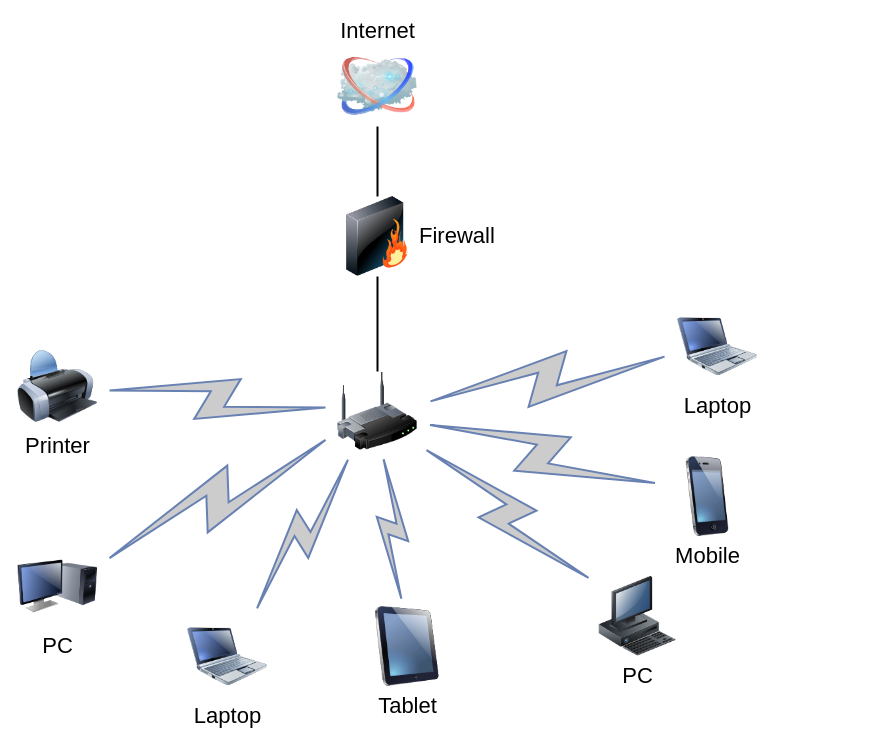
This is home_network.drawio from thedmpd/Linux-Unix, a draw.io file, before an edit. Source tidied: cells renumbered, new cells numbered last; positions are measured from the earlier drawing's top-left corner, leaving out a move shared by most shapes. Both pictures are drawn from the tidied source at 100%, with x=0, y=0 at pixel (17, 46).
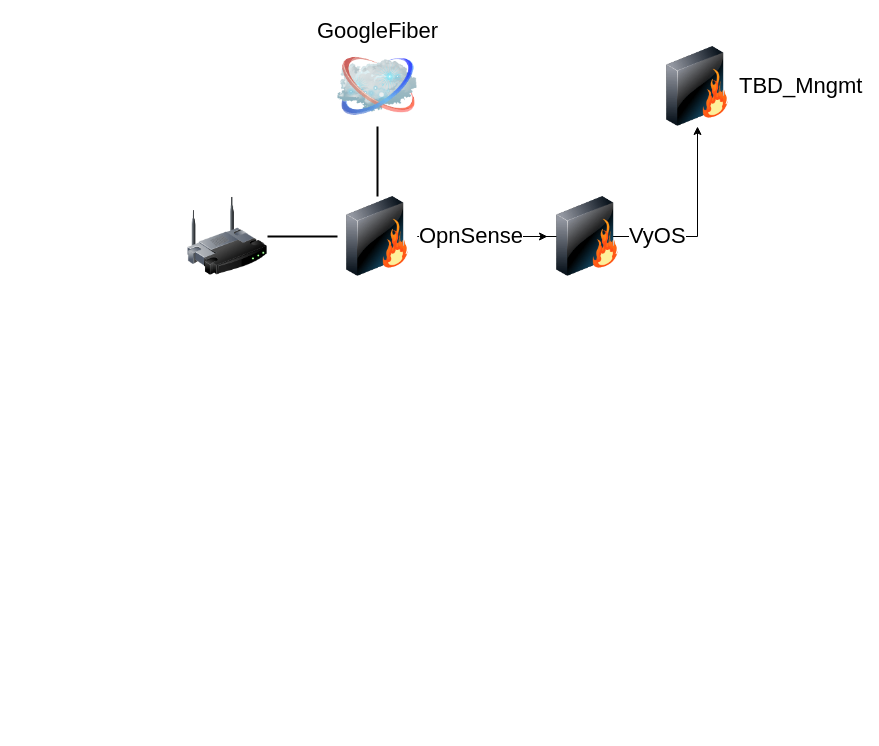
Above is the later version.

Diff of the diagram source:
```diff
@@
     <mxCell id="3" style="image;html=1;labelBackgroundColor=#ffffff;image=img/lib/clip_art/networking/Wireless_Router_128x128.png;rounded=1;shadow=0;comic=0;strokeWidth=2;fontSize=22;" parent="1" vertex="1">
-      <mxGeometry x="320" y="325" width="80" height="80" as="geometry" />
+      <mxGeometry x="170" y="150" width="80" height="80" as="geometry" />
     </mxCell>
-    <mxCell id="4" value="Internet" style="image;html=1;labelBackgroundColor=#ffffff;image=img/lib/clip_art/networking/Cloud_128x128.png;rounded=1;shadow=0;comic=0;strokeWidth=2;fontSize=22;labelPosition=center;verticalLabelPosition=top;align=center;verticalAlign=bottom;" parent="1" vertex="1">
+    <mxCell id="4" value="&lt;div&gt;GoogleFiber&lt;/div&gt;" style="image;html=1;labelBackgroundColor=#ffffff;image=img/lib/clip_art/networking/Cloud_128x128.png;rounded=1;shadow=0;comic=0;strokeWidth=2;fontSize=22;labelPosition=center;verticalLabelPosition=top;align=center;verticalAlign=bottom;" parent="1" vertex="1">
       <mxGeometry x="320" width="80" height="80" as="geometry" />
     </mxCell>
@@
+    <mxCell id="21" style="edgeStyle=orthogonalEdgeStyle;rounded=0;jettySize=auto;html=1;" parent="1" edge="1" source="6" target="23">
+      <mxGeometry relative="1" as="geometry" />
+    </mxCell>
+    <mxCell id="22" style="edgeStyle=orthogonalEdgeStyle;rounded=0;jettySize=auto;html=1;" parent="1" edge="1" source="6" target="24">
+      <mxGeometry relative="1" as="geometry" />
+    </mxCell>
-    <mxCell id="6" value="Firewall" style="image;html=1;labelBackgroundColor=#ffffff;image=img/lib/clip_art/networking/Firewall_128x128.png;rounded=1;shadow=0;comic=0;strokeWidth=2;fontSize=22;labelPosition=right;verticalLabelPosition=middle;align=left;verticalAlign=middle;" parent="1" vertex="1">
+    <mxCell id="6" value="&lt;div&gt;OpnSense&lt;/div&gt;" style="image;html=1;labelBackgroundColor=#ffffff;image=img/lib/clip_art/networking/Firewall_128x128.png;rounded=1;shadow=0;comic=0;strokeWidth=2;fontSize=22;labelPosition=right;verticalLabelPosition=middle;align=left;verticalAlign=middle;" parent="1" vertex="1">
       <mxGeometry x="320" y="150" width="80" height="80" as="geometry" />
     </mxCell>
-    <mxCell id="7" value="Tablet" style="image;html=1;labelBackgroundColor=#ffffff;image=img/lib/clip_art/computers/iPad_128x128.png;rounded=1;shadow=0;comic=0;strokeWidth=2;fontSize=22;" parent="1" vertex="1">
-      <mxGeometry x="350" y="560" width="80" height="80" as="geometry" />
-    </mxCell>
-    <mxCell id="8" value="PC" style="image;html=1;labelBackgroundColor=#ffffff;image=img/lib/clip_art/computers/Monitor_Tower_128x128.png;rounded=1;shadow=0;comic=0;strokeWidth=2;fontSize=22;" parent="1" vertex="1">
-      <mxGeometry y="500" width="80" height="80" as="geometry" />
-    </mxCell>
-    <mxCell id="9" value="Printer" style="image;html=1;labelBackgroundColor=#ffffff;image=img/lib/clip_art/computers/Printer_128x128.png;rounded=1;shadow=0;comic=0;strokeWidth=2;fontSize=22;" parent="1" vertex="1">
-      <mxGeometry y="300" width="80" height="80" as="geometry" />
-    </mxCell>
-    <mxCell id="10" value="PC" style="image;html=1;labelBackgroundColor=#ffffff;image=img/lib/clip_art/computers/Workstation_128x128.png;rounded=1;shadow=0;comic=0;strokeWidth=2;fontSize=22;" parent="1" vertex="1">
-      <mxGeometry x="580" y="530" width="80" height="80" as="geometry" />
-    </mxCell>
-    <mxCell id="11" value="Mobile" style="image;html=1;labelBackgroundColor=#ffffff;image=img/lib/clip_art/telecommunication/iPhone_128x128.png;rounded=1;shadow=0;comic=0;strokeWidth=2;fontSize=22;" parent="1" vertex="1">
-      <mxGeometry x="650" y="410" width="80" height="80" as="geometry" />
-    </mxCell>
-    <mxCell id="12" value="Laptop" style="image;html=1;labelBackgroundColor=#ffffff;image=img/lib/clip_art/computers/Netbook_128x128.png;rounded=1;shadow=0;comic=0;strokeColor=#000000;strokeWidth=2;fillColor=#FFFFFF;fontSize=22;fontColor=#000000;" parent="1" vertex="1">
-      <mxGeometry x="660" y="260" width="80" height="80" as="geometry" />
-    </mxCell>
-    <mxCell id="13" value="Laptop" style="image;html=1;labelBackgroundColor=#ffffff;image=img/lib/clip_art/computers/Netbook_128x128.png;rounded=1;shadow=0;comic=0;strokeWidth=2;fontSize=22;" parent="1" vertex="1">
-      <mxGeometry x="170" y="570" width="80" height="80" as="geometry" />
-    </mxCell>
-    <mxCell id="14" style="html=1;fillColor=#CCCCCC;strokeColor=#6881B3;gradientColor=none;gradientDirection=north;strokeWidth=2;shape=mxgraph.networks.comm_link_edge;html=1;labelBackgroundColor=none;endArrow=none;fontFamily=Verdana;fontSize=22;fontColor=#000000;" parent="1" edge="1" source="9" target="3">
-      <mxGeometry relative="1" as="geometry" />
-    </mxCell>
-    <mxCell id="15" style="html=1;fillColor=#CCCCCC;strokeColor=#6881B3;gradientColor=none;gradientDirection=north;strokeWidth=2;shape=mxgraph.networks.comm_link_edge;html=1;labelBackgroundColor=none;endArrow=none;fontFamily=Verdana;fontSize=22;fontColor=#000000;fontStyle=1;" parent="1" edge="1" source="8" target="3">
-      <mxGeometry relative="1" as="geometry" />
-    </mxCell>
-    <mxCell id="16" style="html=1;fillColor=#CCCCCC;strokeColor=#6881B3;gradientColor=none;gradientDirection=north;strokeWidth=2;shape=mxgraph.networks.comm_link_edge;html=1;labelBackgroundColor=none;endArrow=none;fontFamily=Verdana;fontSize=22;fontColor=#000000;" parent="1" edge="1" source="13" target="3">
-      <mxGeometry relative="1" as="geometry" />
-    </mxCell>
-    <mxCell id="17" style="html=1;fillColor=#CCCCCC;strokeColor=#6881B3;gradientColor=none;gradientDirection=north;strokeWidth=2;shape=mxgraph.networks.comm_link_edge;html=1;labelBackgroundColor=none;endArrow=none;fontFamily=Verdana;fontSize=22;fontColor=#000000;" parent="1" edge="1" source="7" target="3">
-      <mxGeometry relative="1" as="geometry" />
-    </mxCell>
-    <mxCell id="18" style="html=1;fillColor=#CCCCCC;strokeColor=#6881B3;gradientColor=none;gradientDirection=north;strokeWidth=2;shape=mxgraph.networks.comm_link_edge;html=1;labelBackgroundColor=none;endArrow=none;fontFamily=Verdana;fontSize=22;fontColor=#000000;" parent="1" edge="1" source="10" target="3">
-      <mxGeometry relative="1" as="geometry" />
-    </mxCell>
-    <mxCell id="19" style="html=1;fillColor=#CCCCCC;strokeColor=#6881B3;gradientColor=none;gradientDirection=north;strokeWidth=2;shape=mxgraph.networks.comm_link_edge;html=1;labelBackgroundColor=none;endArrow=none;fontFamily=Verdana;fontSize=22;fontColor=#000000;" parent="1" edge="1" source="11" target="3">
-      <mxGeometry relative="1" as="geometry" />
-    </mxCell>
-    <mxCell id="20" style="html=1;fillColor=#CCCCCC;strokeColor=#6881B3;gradientColor=none;gradientDirection=north;strokeWidth=2;shape=mxgraph.networks.comm_link_edge;html=1;labelBackgroundColor=none;endArrow=none;fontFamily=Verdana;fontSize=22;fontColor=#000000;" parent="1" edge="1" source="12" target="3">
-      <mxGeometry relative="1" as="geometry" />
-    </mxCell>
+    <mxCell id="23" value="TBD_Mngmt" style="image;html=1;labelBackgroundColor=#ffffff;image=img/lib/clip_art/networking/Firewall_128x128.png;rounded=1;shadow=0;comic=0;strokeWidth=2;fontSize=22;labelPosition=right;verticalLabelPosition=middle;align=left;verticalAlign=middle;" parent="1" vertex="1">
+      <mxGeometry x="640" width="80" height="80" as="geometry" />
+    </mxCell>
+    <mxCell id="24" value="&lt;div&gt;VyOS&lt;/div&gt;" style="image;html=1;labelBackgroundColor=#ffffff;image=img/lib/clip_art/networking/Firewall_128x128.png;rounded=1;shadow=0;comic=0;strokeWidth=2;fontSize=22;labelPosition=right;verticalLabelPosition=middle;align=left;verticalAlign=middle;" parent="1" vertex="1">
+      <mxGeometry x="530" y="150" width="80" height="80" as="geometry" />
+    </mxCell>
```
